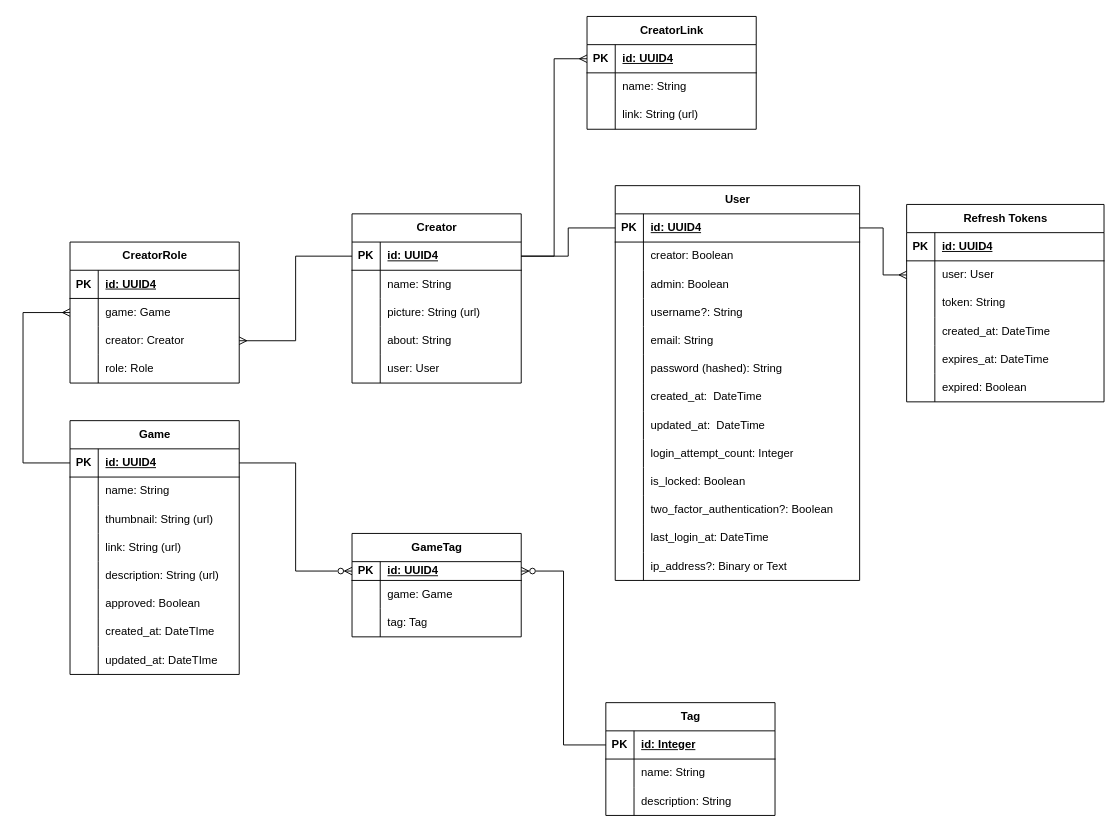
Earlier version of the draw.io diagram artifacts/GMC-Gallery-Schema.drawio (unimelb-game-makers/gmc-website). Source tidied: cells renumbered, new cells numbered last; positions are measured from the earlier drawing's top-left corner, leaving out a move shared by most shapes. Both pictures are drawn from the tidied source at 94%, with x=0, y=0 at pixel (23, 16).
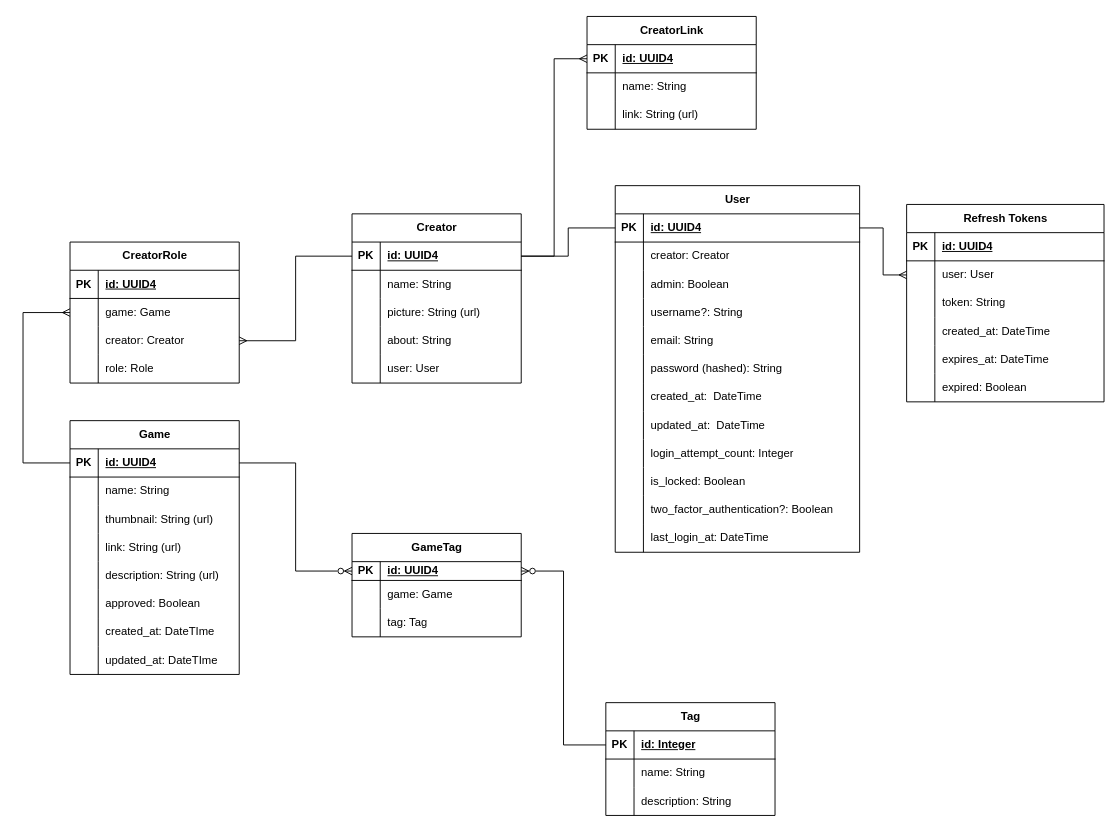
Above is the later version.

Commit message:
Update GMC-Gallery-Schema.drawio: update user schema

Unchanged cells that the change refers to:
```xml
<mxCell id="95" style="shape=tableRow;horizontal=0;startSize=0;swimlaneHead=0;swimlaneBody=0;fillColor=none;top=0;left=0;right=0;bottom=0;" parent="91" vertex="1">
  <mxGeometry y="60" width="260" height="30" as="geometry" />
</mxCell>
```

The edit, as a diff of the source:
```diff
@@
     <mxCell id="91" value="User" style="shape=table;startSize=30;childLayout=tableLayout;rowLines=0;fontStyle=1;align=center;html=1;" parent="1" vertex="1">
-      <mxGeometry x="630" y="180" width="260" height="420" as="geometry" />
+      <mxGeometry x="630" y="180" width="260" height="390" as="geometry" />
     </mxCell>
@@
-    <mxCell id="97" value="creator: Boolean" style="shape=partialRectangle;fillColor=none;top=0;left=0;bottom=0;right=0;align=left;spacingLeft=6;overflow=hidden;whiteSpace=wrap;html=1;" parent="95" vertex="1">
+    <mxCell id="97" value="creator: Creator" style="shape=partialRectangle;fillColor=none;top=0;left=0;bottom=0;right=0;align=left;spacingLeft=6;overflow=hidden;whiteSpace=wrap;html=1;" parent="95" vertex="1">
       <mxGeometry x="30" width="230" height="30" as="geometry" />
     </mxCell>
@@
-    <mxCell id="128" style="shape=tableRow;horizontal=0;startSize=0;swimlaneHead=0;swimlaneBody=0;fillColor=none;top=0;left=0;right=0;bottom=0;" parent="91" vertex="1">
-      <mxGeometry y="390" width="260" height="30" as="geometry" />
-    </mxCell>
-    <mxCell id="129" style="shape=partialRectangle;fillColor=none;top=0;left=0;bottom=0;right=0;overflow=hidden;whiteSpace=wrap;html=1;" parent="128" vertex="1">
-      <mxGeometry width="30" height="30" as="geometry" />
-    </mxCell>
-    <mxCell id="130" value="ip_address?: Binary or Text" style="shape=partialRectangle;fillColor=none;top=0;left=0;bottom=0;right=0;align=left;spacingLeft=6;overflow=hidden;whiteSpace=wrap;html=1;" parent="128" vertex="1">
-      <mxGeometry x="30" width="230" height="30" as="geometry" />
-    </mxCell>
```
